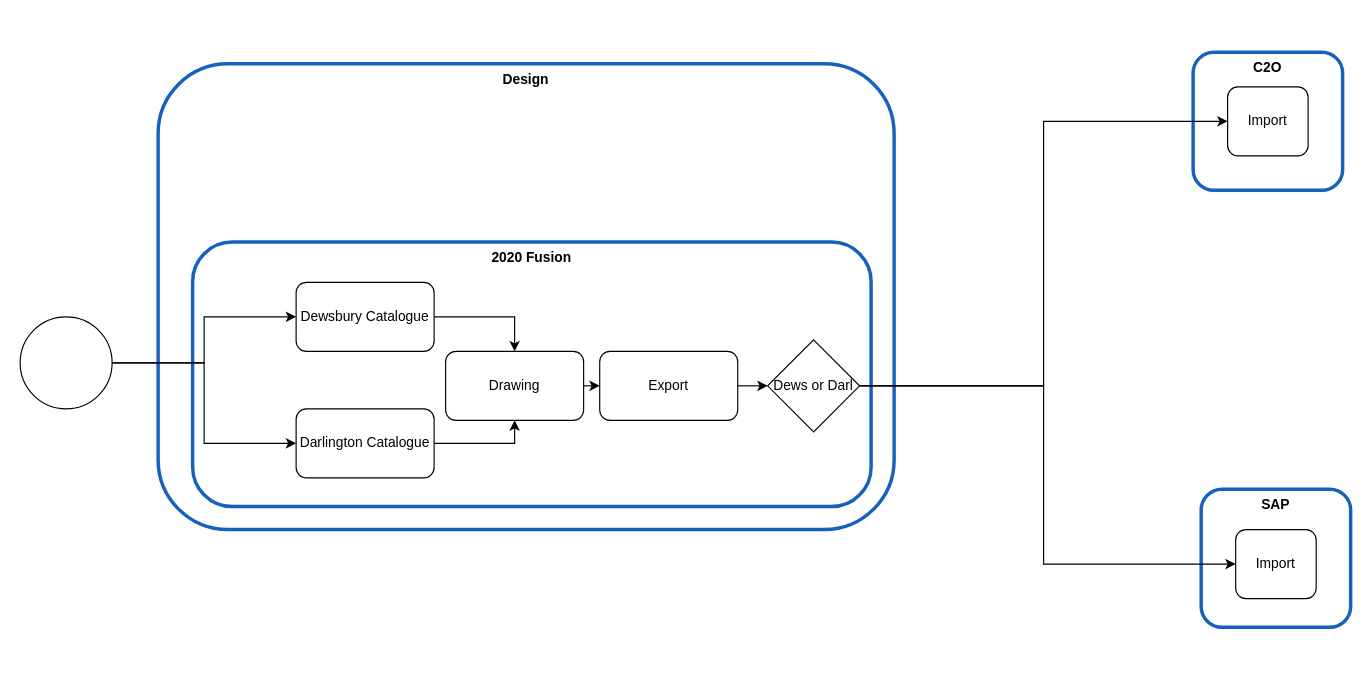
Before: page "End of Design- Multi Catalogue" (5 of 7) of Mendel.drawio in mrf742002/Diagrams, a draw.io diagram. Source tidied: cells renumbered, new cells numbered last; positions are measured from the earlier drawing's top-left corner, leaving out a move shared by most shapes. Both pictures are drawn from the tidied source at 115%, with x=0, y=0 at pixel (20, 52).
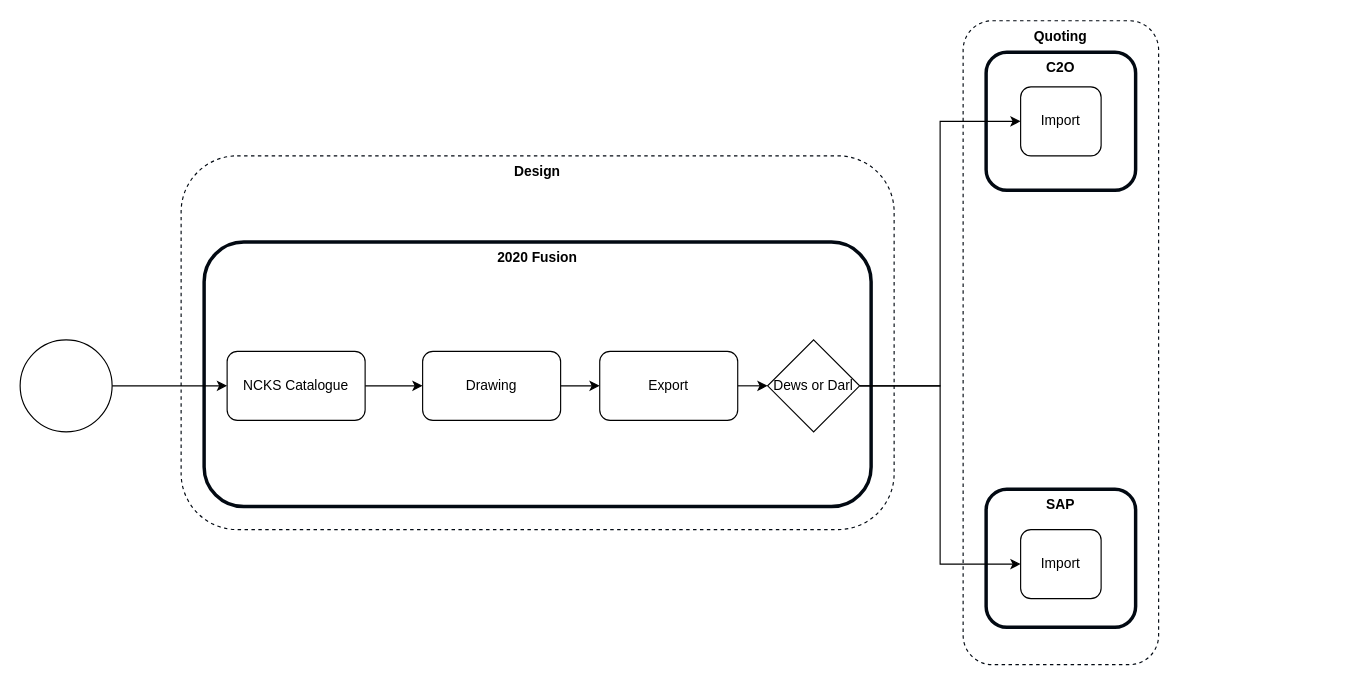
The same page after the edit.

The change refers to these unchanged cells:
```xml
<mxCell id="21" value="Dews or Darl" style="rhombus;whiteSpace=wrap;html=1;" parent="1" vertex="1">
  <mxGeometry x="650" y="250" width="80" height="80" as="geometry" />
</mxCell>
```

Change to the diagram source:
```diff
@@
+    <mxCell id="22" value="&lt;b&gt;Quoting&lt;/b&gt;" style="rounded=1;whiteSpace=wrap;html=1;verticalAlign=top;strokeWidth=1;strokeColor=#020912;dashed=1;" parent="1" vertex="1">
+      <mxGeometry x="820" y="-27.5" width="170" height="560" as="geometry" />
+    </mxCell>
-    <mxCell id="2" value="&lt;b&gt;Design&lt;/b&gt;" style="rounded=1;whiteSpace=wrap;html=1;verticalAlign=top;strokeWidth=3;strokeColor=#1661BE;" parent="1" vertex="1">
-      <mxGeometry x="120" y="10" width="640" height="405" as="geometry" />
+    <mxCell id="2" value="&lt;b&gt;Design&lt;/b&gt;" style="rounded=1;whiteSpace=wrap;html=1;verticalAlign=top;strokeWidth=1;strokeColor=#020912;dashed=1;" parent="1" vertex="1">
+      <mxGeometry x="140" y="90" width="620" height="325" as="geometry" />
     </mxCell>
-    <mxCell id="3" value="&lt;b&gt;2020 Fusion&lt;/b&gt;" style="rounded=1;whiteSpace=wrap;html=1;verticalAlign=top;strokeWidth=3;strokeColor=#1661BE;" parent="1" vertex="1">
-      <mxGeometry x="150" y="165" width="590" height="230" as="geometry" />
+    <mxCell id="3" value="&lt;b&gt;2020 Fusion&lt;/b&gt;" style="rounded=1;whiteSpace=wrap;html=1;verticalAlign=top;strokeWidth=3;strokeColor=#020912;" parent="1" vertex="1">
+      <mxGeometry x="160" y="165" width="580" height="230" as="geometry" />
     </mxCell>
-    <mxCell id="4" style="edgeStyle=orthogonalEdgeStyle;rounded=0;jettySize=auto;html=1;exitX=1;exitY=0.5;exitDx=0;exitDy=0;entryX=0.5;entryY=0;entryDx=0;entryDy=0;" parent="1" edge="1" source="5" target="9">
+    <mxCell id="4" style="edgeStyle=orthogonalEdgeStyle;rounded=0;jettySize=auto;html=1;exitX=1;exitY=0.5;exitDx=0;exitDy=0;entryX=0;entryY=0.5;entryDx=0;entryDy=0;" parent="1" edge="1" source="5" target="9">
       <mxGeometry relative="1" as="geometry" />
     </mxCell>
-    <mxCell id="5" value="Dewsbury Catalogue" style="rounded=1;whiteSpace=wrap;html=1;" parent="1" vertex="1">
-      <mxGeometry x="240" y="200" width="120" height="60" as="geometry" />
+    <mxCell id="5" value="NCKS Catalogue" style="rounded=1;whiteSpace=wrap;html=1;" parent="1" vertex="1">
+      <mxGeometry x="180" y="260" width="120" height="60" as="geometry" />
     </mxCell>
-    <mxCell id="6" style="edgeStyle=orthogonalEdgeStyle;rounded=0;jettySize=auto;html=1;exitX=1;exitY=0.5;exitDx=0;exitDy=0;entryX=0.5;entryY=1;entryDx=0;entryDy=0;" parent="1" edge="1" source="7" target="9">
-      <mxGeometry relative="1" as="geometry" />
-    </mxCell>
-    <mxCell id="7" value="Darlington Catalogue" style="rounded=1;whiteSpace=wrap;html=1;" parent="1" vertex="1">
-      <mxGeometry x="240" y="310" width="120" height="60" as="geometry" />
-    </mxCell>
@@
     <mxCell id="9" value="Drawing" style="rounded=1;whiteSpace=wrap;html=1;" parent="1" vertex="1">
-      <mxGeometry x="370" y="260" width="120" height="60" as="geometry" />
+      <mxGeometry x="350" y="260" width="120" height="60" as="geometry" />
     </mxCell>
@@
-    <mxCell id="12" value="&lt;b&gt;C2O&lt;/b&gt;" style="rounded=1;whiteSpace=wrap;html=1;verticalAlign=top;strokeWidth=3;strokeColor=#1661BE;" parent="1" vertex="1">
-      <mxGeometry x="1020" width="130" height="120" as="geometry" />
+    <mxCell id="12" value="&lt;b&gt;C2O&lt;/b&gt;" style="rounded=1;whiteSpace=wrap;html=1;verticalAlign=top;strokeWidth=3;strokeColor=#020912;" parent="1" vertex="1">
+      <mxGeometry x="840" width="130" height="120" as="geometry" />
     </mxCell>
-    <mxCell id="13" value="&lt;b&gt;SAP&lt;/b&gt;" style="rounded=1;whiteSpace=wrap;html=1;verticalAlign=top;strokeWidth=3;strokeColor=#1661BE;" parent="1" vertex="1">
-      <mxGeometry x="1027" y="380" width="130" height="120" as="geometry" />
+    <mxCell id="13" value="&lt;b&gt;SAP&lt;/b&gt;" style="rounded=1;whiteSpace=wrap;html=1;verticalAlign=top;strokeWidth=3;strokeColor=#020912;" parent="1" vertex="1">
+      <mxGeometry x="840" y="380" width="130" height="120" as="geometry" />
     </mxCell>
     <mxCell id="14" value="Import" style="rounded=1;whiteSpace=wrap;html=1;" parent="1" vertex="1">
-      <mxGeometry x="1050" y="30" width="70" height="60" as="geometry" />
+      <mxGeometry x="870" y="30" width="70" height="60" as="geometry" />
     </mxCell>
     <mxCell id="15" style="edgeStyle=orthogonalEdgeStyle;rounded=0;jettySize=auto;html=1;exitX=1;exitY=0.5;exitDx=0;exitDy=0;entryX=0;entryY=0.5;entryDx=0;entryDy=0;" parent="1" edge="1" source="21" target="16">
       <mxGeometry relative="1" as="geometry">
         <Array as="points">
-          <mxPoint x="890" y="290" />
-          <mxPoint x="890" y="445" />
+          <mxPoint x="800" y="290" />
+          <mxPoint x="800" y="445" />
         </Array>
       </mxGeometry>
     </mxCell>
     <mxCell id="16" value="Import" style="rounded=1;whiteSpace=wrap;html=1;" parent="1" vertex="1">
-      <mxGeometry x="1057" y="415" width="70" height="60" as="geometry" />
+      <mxGeometry x="870" y="415" width="70" height="60" as="geometry" />
     </mxCell>
-    <mxCell id="17" style="edgeStyle=orthogonalEdgeStyle;rounded=0;jettySize=auto;html=1;exitX=1;exitY=0.5;exitDx=0;exitDy=0;entryX=0;entryY=0.5;entryDx=0;entryDy=0;" parent="1" edge="1" source="19" target="7">
-      <mxGeometry relative="1" as="geometry" />
-    </mxCell>
@@
     <mxCell id="19" style="ellipse;whiteSpace=wrap;html=1;" parent="1" vertex="1">
-      <mxGeometry y="230" width="80" height="80" as="geometry" />
+      <mxGeometry y="250" width="80" height="80" as="geometry" />
     </mxCell>
```
